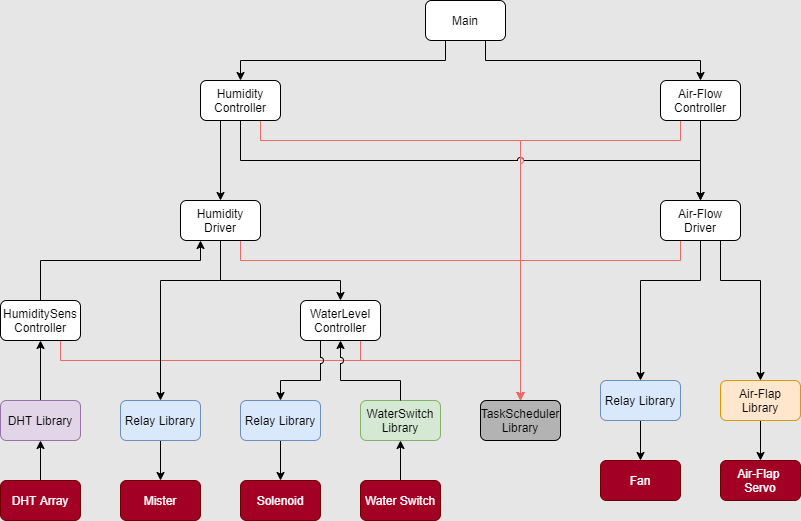
Earlier version of the draw.io export Firmware/FirmwareOutline.png (SilasWaxter/MushroomAutomation_UnoShield). Source tidied: cells renumbered, new cells last; positions are measured from the earlier drawing's top-left corner, leaving out a move shared by most shapes.
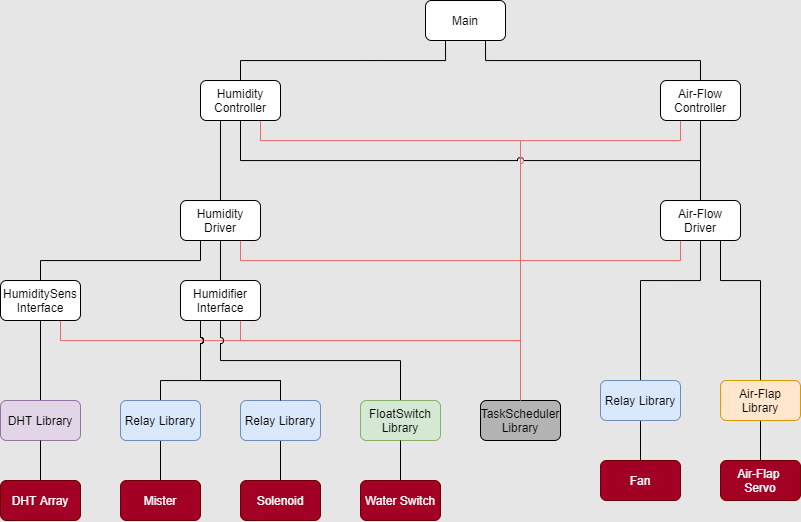
Later version of the same file.

The edit, as a diff of the source:
```diff
@@ -2,24 +2,24 @@
   <root>
     <mxCell id="0" />
     <mxCell id="1" parent="0" />
-    <mxCell id="2" style="edgeStyle=orthogonalEdgeStyle;rounded=0;jettySize=auto;html=1;exitX=0.75;exitY=1;exitDx=0;exitDy=0;entryX=0.5;entryY=0;entryDx=0;entryDy=0;strokeColor=#EA6B66;" parent="1" edge="1" source="45" target="17">
+    <mxCell id="2" style="edgeStyle=orthogonalEdgeStyle;rounded=0;jettySize=auto;html=1;exitX=0.75;exitY=1;exitDx=0;exitDy=0;entryX=0.5;entryY=0;entryDx=0;entryDy=0;strokeColor=#EA6B66;endArrow=none;endFill=0;" parent="1" edge="1" source="45" target="17">
       <mxGeometry relative="1" as="geometry">
         <Array as="points">
-          <mxPoint x="60" y="360" />
-          <mxPoint x="520" y="360" />
+          <mxPoint x="60" y="340" />
+          <mxPoint x="520" y="340" />
         </Array>
       </mxGeometry>
     </mxCell>
-    <mxCell id="3" style="edgeStyle=orthogonalEdgeStyle;rounded=0;jettySize=auto;html=1;exitX=0.25;exitY=1;exitDx=0;exitDy=0;entryX=0.5;entryY=0;entryDx=0;entryDy=0;jumpStyle=arc;" parent="1" edge="1" source="5" target="9">
+    <mxCell id="3" style="edgeStyle=orthogonalEdgeStyle;rounded=0;jettySize=auto;html=1;exitX=0.25;exitY=1;exitDx=0;exitDy=0;entryX=0.5;entryY=0;entryDx=0;entryDy=0;jumpStyle=arc;endArrow=none;endFill=0;" parent="1" edge="1" source="5" target="9">
       <mxGeometry relative="1" as="geometry" />
     </mxCell>
-    <mxCell id="4" style="edgeStyle=orthogonalEdgeStyle;rounded=0;jumpStyle=arc;jettySize=auto;html=1;exitX=0.75;exitY=1;exitDx=0;exitDy=0;entryX=0.5;entryY=0;entryDx=0;entryDy=0;" parent="1" edge="1" source="5" target="12">
+    <mxCell id="4" style="edgeStyle=orthogonalEdgeStyle;rounded=0;jumpStyle=arc;jettySize=auto;html=1;exitX=0.75;exitY=1;exitDx=0;exitDy=0;entryX=0.5;entryY=0;entryDx=0;entryDy=0;endArrow=none;endFill=0;" parent="1" edge="1" source="5" target="12">
       <mxGeometry relative="1" as="geometry" />
     </mxCell>
     <mxCell id="5" value="Main" style="rounded=1;whiteSpace=wrap;html=1;" parent="1" vertex="1">
       <mxGeometry x="425" width="80" height="40" as="geometry" />
     </mxCell>
-    <mxCell id="6" style="edgeStyle=orthogonalEdgeStyle;rounded=0;jettySize=auto;html=1;exitX=0.75;exitY=1;exitDx=0;exitDy=0;entryX=0.5;entryY=0;entryDx=0;entryDy=0;jumpStyle=arc;strokeColor=#EA6B66;" parent="1" edge="1" source="9" target="17">
+    <mxCell id="6" style="edgeStyle=orthogonalEdgeStyle;rounded=0;jettySize=auto;html=1;exitX=0.75;exitY=1;exitDx=0;exitDy=0;entryX=0.5;entryY=0;entryDx=0;entryDy=0;jumpStyle=arc;strokeColor=#EA6B66;endArrow=none;endFill=0;" parent="1" edge="1" source="9" target="17">
       <mxGeometry relative="1" as="geometry">
         <Array as="points">
           <mxPoint x="260" y="140" />
@@ -27,7 +27,7 @@
         </Array>
       </mxGeometry>
     </mxCell>
-    <mxCell id="7" style="edgeStyle=orthogonalEdgeStyle;rounded=0;jettySize=auto;html=1;exitX=0.5;exitY=1;exitDx=0;exitDy=0;entryX=0.5;entryY=0;entryDx=0;entryDy=0;jumpStyle=arc;" parent="1" edge="1" source="9" target="16">
+    <mxCell id="7" style="edgeStyle=orthogonalEdgeStyle;rounded=0;jettySize=auto;html=1;exitX=0.5;exitY=1;exitDx=0;exitDy=0;entryX=0.5;entryY=0;entryDx=0;entryDy=0;jumpStyle=arc;endArrow=none;endFill=0;" parent="1" edge="1" source="9" target="16">
       <mxGeometry relative="1" as="geometry">
         <Array as="points">
           <mxPoint x="240" y="160" />
@@ -35,7 +35,7 @@
         </Array>
       </mxGeometry>
     </mxCell>
-    <mxCell id="8" style="edgeStyle=orthogonalEdgeStyle;rounded=0;jumpStyle=arc;jettySize=auto;html=1;exitX=0.25;exitY=1;exitDx=0;exitDy=0;entryX=0.5;entryY=0;entryDx=0;entryDy=0;" parent="1" edge="1" source="9" target="21">
+    <mxCell id="8" style="edgeStyle=orthogonalEdgeStyle;rounded=0;jumpStyle=arc;jettySize=auto;html=1;exitX=0.25;exitY=1;exitDx=0;exitDy=0;entryX=0.5;entryY=0;entryDx=0;entryDy=0;endArrow=none;endFill=0;" parent="1" edge="1" source="9" target="21">
       <mxGeometry relative="1" as="geometry">
         <Array as="points">
           <mxPoint x="220" y="200" />
@@ -45,7 +45,7 @@
     <mxCell id="9" value="Humidity Controller" style="rounded=1;whiteSpace=wrap;html=1;" parent="1" vertex="1">
       <mxGeometry x="200" y="80" width="80" height="40" as="geometry" />
     </mxCell>
-    <mxCell id="10" style="edgeStyle=orthogonalEdgeStyle;rounded=0;jettySize=auto;html=1;exitX=0.25;exitY=1;exitDx=0;exitDy=0;entryX=0.5;entryY=0;entryDx=0;entryDy=0;jumpStyle=arc;strokeColor=#EA6B66;" parent="1" edge="1" source="12" target="17">
+    <mxCell id="10" style="edgeStyle=orthogonalEdgeStyle;rounded=0;jettySize=auto;html=1;exitX=0.25;exitY=1;exitDx=0;exitDy=0;entryX=0.5;entryY=0;entryDx=0;entryDy=0;jumpStyle=arc;strokeColor=#EA6B66;endArrow=none;endFill=0;" parent="1" edge="1" source="12" target="17">
       <mxGeometry relative="1" as="geometry">
         <Array as="points">
           <mxPoint x="680" y="140" />
@@ -53,13 +53,13 @@
         </Array>
       </mxGeometry>
     </mxCell>
-    <mxCell id="11" style="edgeStyle=orthogonalEdgeStyle;rounded=0;jettySize=auto;html=1;exitX=0.5;exitY=1;exitDx=0;exitDy=0;entryX=0.5;entryY=0;entryDx=0;entryDy=0;strokeColor=#000000;" parent="1" edge="1" source="12" target="16">
+    <mxCell id="11" style="edgeStyle=orthogonalEdgeStyle;rounded=0;jettySize=auto;html=1;exitX=0.5;exitY=1;exitDx=0;exitDy=0;entryX=0.5;entryY=0;entryDx=0;entryDy=0;strokeColor=#000000;endArrow=none;endFill=0;" parent="1" edge="1" source="12" target="16">
       <mxGeometry relative="1" as="geometry" />
     </mxCell>
     <mxCell id="12" value="Air-Flow Controller" style="rounded=1;whiteSpace=wrap;html=1;" parent="1" vertex="1">
       <mxGeometry x="660" y="80" width="80" height="40" as="geometry" />
     </mxCell>
-    <mxCell id="13" style="edgeStyle=orthogonalEdgeStyle;rounded=0;jumpStyle=arc;jettySize=auto;html=1;exitX=0.75;exitY=1;exitDx=0;exitDy=0;entryX=0.5;entryY=0;entryDx=0;entryDy=0;" parent="1" edge="1" source="16" target="41">
+    <mxCell id="13" style="edgeStyle=orthogonalEdgeStyle;rounded=0;jumpStyle=arc;jettySize=auto;html=1;exitX=0.75;exitY=1;exitDx=0;exitDy=0;entryX=0.5;entryY=0;entryDx=0;entryDy=0;endArrow=none;endFill=0;" parent="1" edge="1" source="16" target="41">
       <mxGeometry relative="1" as="geometry">
         <Array as="points">
           <mxPoint x="720" y="280" />
@@ -67,7 +67,7 @@
         </Array>
       </mxGeometry>
     </mxCell>
-    <mxCell id="14" style="edgeStyle=orthogonalEdgeStyle;rounded=0;jettySize=auto;html=1;exitX=0.25;exitY=1;exitDx=0;exitDy=0;entryX=0.5;entryY=0;entryDx=0;entryDy=0;strokeColor=#EA6B66;" parent="1" edge="1" source="16" target="17">
+    <mxCell id="14" style="edgeStyle=orthogonalEdgeStyle;rounded=0;jettySize=auto;html=1;exitX=0.25;exitY=1;exitDx=0;exitDy=0;entryX=0.5;entryY=0;entryDx=0;entryDy=0;strokeColor=#EA6B66;endArrow=none;endFill=0;" parent="1" edge="1" source="16" target="17">
       <mxGeometry relative="1" as="geometry">
         <Array as="points">
           <mxPoint x="680" y="260" />
@@ -75,7 +75,7 @@
         </Array>
       </mxGeometry>
     </mxCell>
-    <mxCell id="15" style="edgeStyle=orthogonalEdgeStyle;rounded=0;jettySize=auto;html=1;entryX=0.5;entryY=0;entryDx=0;entryDy=0;strokeColor=#000000;" parent="1" edge="1" source="16" target="39">
+    <mxCell id="15" style="edgeStyle=orthogonalEdgeStyle;rounded=0;jettySize=auto;html=1;entryX=0.5;entryY=0;entryDx=0;entryDy=0;strokeColor=#000000;endArrow=none;endFill=0;" parent="1" edge="1" source="16" target="39">
       <mxGeometry relative="1" as="geometry">
         <Array as="points">
           <mxPoint x="700" y="280" />
@@ -89,7 +89,7 @@
     <mxCell id="17" value="TaskScheduler&lt;br&gt;Library" style="rounded=1;whiteSpace=wrap;html=1;fillColor=#B3B3B3;" parent="1" vertex="1">
       <mxGeometry x="480" y="400" width="80" height="40" as="geometry" />
     </mxCell>
-    <mxCell id="18" style="edgeStyle=orthogonalEdgeStyle;rounded=0;jettySize=auto;html=1;exitX=0.75;exitY=1;exitDx=0;exitDy=0;entryX=0.5;entryY=0;entryDx=0;entryDy=0;strokeColor=#EA6B66;fillColor=#f8cecc;" parent="1" edge="1" source="21" target="17">
+    <mxCell id="18" style="edgeStyle=orthogonalEdgeStyle;rounded=0;jettySize=auto;html=1;exitX=0.75;exitY=1;exitDx=0;exitDy=0;entryX=0.5;entryY=0;entryDx=0;entryDy=0;strokeColor=#EA6B66;fillColor=#f8cecc;endArrow=none;endFill=0;" parent="1" edge="1" source="21" target="17">
       <mxGeometry relative="1" as="geometry">
         <Array as="points">
           <mxPoint x="240" y="260" />
@@ -97,69 +97,73 @@
         </Array>
       </mxGeometry>
     </mxCell>
-    <mxCell id="19" style="edgeStyle=orthogonalEdgeStyle;rounded=0;jettySize=auto;html=1;exitX=0.5;exitY=1;exitDx=0;exitDy=0;entryX=0.5;entryY=0;entryDx=0;entryDy=0;strokeColor=#000000;" parent="1" edge="1" source="21" target="30">
-      <mxGeometry relative="1" as="geometry">
-        <Array as="points">
-          <mxPoint x="220" y="280" />
-          <mxPoint x="160" y="280" />
-        </Array>
-      </mxGeometry>
-    </mxCell>
-    <mxCell id="20" style="edgeStyle=orthogonalEdgeStyle;rounded=0;jettySize=auto;html=1;exitX=0.5;exitY=1;exitDx=0;exitDy=0;entryX=0.5;entryY=0;entryDx=0;entryDy=0;strokeColor=#000000;" parent="1" edge="1" source="21" target="28">
+    <mxCell id="20" style="edgeStyle=orthogonalEdgeStyle;rounded=0;jettySize=auto;html=1;exitX=0.5;exitY=1;exitDx=0;exitDy=0;entryX=0.5;entryY=0;entryDx=0;entryDy=0;strokeColor=#000000;endArrow=none;endFill=0;" parent="1" edge="1" source="21" target="28">
       <mxGeometry relative="1" as="geometry">
         <Array as="points">
-          <mxPoint x="220" y="280" />
-          <mxPoint x="340" y="280" />
+          <mxPoint x="220" y="290" />
+          <mxPoint x="220" y="290" />
         </Array>
       </mxGeometry>
     </mxCell>
     <mxCell id="21" value="Humidity Driver" style="rounded=1;whiteSpace=wrap;html=1;" parent="1" vertex="1">
       <mxGeometry x="180" y="200" width="80" height="40" as="geometry" />
     </mxCell>
-    <mxCell id="22" style="edgeStyle=orthogonalEdgeStyle;rounded=0;jettySize=auto;html=1;exitX=0.5;exitY=0;exitDx=0;exitDy=0;entryX=0.5;entryY=1;entryDx=0;entryDy=0;strokeColor=#000000;" parent="1" edge="1" source="23" target="45">
+    <mxCell id="22" style="edgeStyle=orthogonalEdgeStyle;rounded=0;jettySize=auto;html=1;exitX=0.5;exitY=0;exitDx=0;exitDy=0;entryX=0.5;entryY=1;entryDx=0;entryDy=0;strokeColor=#000000;endArrow=none;endFill=0;" parent="1" edge="1" source="23" target="45">
       <mxGeometry relative="1" as="geometry" />
     </mxCell>
     <mxCell id="23" value="DHT Library" style="rounded=1;whiteSpace=wrap;html=1;fillColor=#e1d5e7;strokeColor=#9673a6;" parent="1" vertex="1">
       <mxGeometry y="400" width="80" height="40" as="geometry" />
     </mxCell>
-    <mxCell id="24" style="edgeStyle=orthogonalEdgeStyle;rounded=0;jumpStyle=arc;jettySize=auto;html=1;exitX=0.5;exitY=0;exitDx=0;exitDy=0;entryX=0.5;entryY=1;entryDx=0;entryDy=0;" parent="1" edge="1" source="25" target="23">
+    <mxCell id="24" style="edgeStyle=orthogonalEdgeStyle;rounded=0;jumpStyle=arc;jettySize=auto;html=1;exitX=0.5;exitY=0;exitDx=0;exitDy=0;entryX=0.5;entryY=1;entryDx=0;entryDy=0;endArrow=none;endFill=0;" parent="1" edge="1" source="25" target="23">
       <mxGeometry relative="1" as="geometry" />
     </mxCell>
     <mxCell id="25" value="DHT Array" style="rounded=1;whiteSpace=wrap;html=1;fillColor=#a20025;strokeColor=#6F0000;fontColor=#ffffff;" parent="1" vertex="1">
       <mxGeometry y="480" width="80" height="40" as="geometry" />
     </mxCell>
+    <mxCell id="47" style="edgeStyle=orthogonalEdgeStyle;rounded=0;jettySize=auto;html=1;exitX=0.25;exitY=1;exitDx=0;exitDy=0;jumpStyle=arc;endArrow=none;endFill=0;" parent="1" edge="1" source="28">
+      <mxGeometry relative="1" as="geometry">
+        <mxPoint x="160" y="410" as="targetPoint" />
+        <Array as="points">
+          <mxPoint x="200" y="380" />
+          <mxPoint x="160" y="380" />
+        </Array>
+      </mxGeometry>
+    </mxCell>
-    <mxCell id="26" style="edgeStyle=orthogonalEdgeStyle;rounded=0;jumpStyle=arc;jettySize=auto;html=1;exitX=0.25;exitY=1;exitDx=0;exitDy=0;entryX=0.5;entryY=0;entryDx=0;entryDy=0;" parent="1" edge="1" source="28" target="32">
+    <mxCell id="26" style="edgeStyle=orthogonalEdgeStyle;rounded=0;jumpStyle=arc;jettySize=auto;html=1;exitX=0.25;exitY=1;exitDx=0;exitDy=0;entryX=0.5;entryY=0;entryDx=0;entryDy=0;endArrow=none;endFill=0;" parent="1" edge="1" source="28" target="32">
       <mxGeometry relative="1" as="geometry">
         <Array as="points">
-          <mxPoint x="320" y="380" />
+          <mxPoint x="200" y="380" />
           <mxPoint x="280" y="380" />
         </Array>
       </mxGeometry>
     </mxCell>
-    <mxCell id="27" style="edgeStyle=orthogonalEdgeStyle;rounded=0;jettySize=auto;html=1;exitX=0.75;exitY=1;exitDx=0;exitDy=0;entryX=0.5;entryY=0;entryDx=0;entryDy=0;strokeColor=#EA6B66;" parent="1" edge="1" source="28" target="17">
+    <mxCell id="27" style="edgeStyle=orthogonalEdgeStyle;rounded=0;jumpStyle=arc;jettySize=auto;html=1;exitX=0.75;exitY=1;exitDx=0;exitDy=0;entryX=0.5;entryY=0;entryDx=0;entryDy=0;strokeColor=#EA6B66;endArrow=none;endFill=0;" parent="1" edge="1" source="28" target="17">
       <mxGeometry relative="1" as="geometry">
         <Array as="points">
-          <mxPoint x="360" y="360" />
-          <mxPoint x="520" y="360" />
+          <mxPoint x="240" y="340" />
+          <mxPoint x="520" y="340" />
         </Array>
       </mxGeometry>
     </mxCell>
-    <mxCell id="28" value="WaterLevel Controller" style="rounded=1;whiteSpace=wrap;html=1;" parent="1" vertex="1">
-      <mxGeometry x="300" y="300" width="80" height="40" as="geometry" />
+    <mxCell id="28" value="Humidifier&lt;br&gt;Interface" style="rounded=1;whiteSpace=wrap;html=1;" parent="1" vertex="1">
+      <mxGeometry x="180" y="280" width="80" height="40" as="geometry" />
     </mxCell>
-    <mxCell id="29" style="edgeStyle=orthogonalEdgeStyle;rounded=0;jumpStyle=arc;jettySize=auto;html=1;exitX=0.5;exitY=1;exitDx=0;exitDy=0;entryX=0.5;entryY=0;entryDx=0;entryDy=0;" parent="1" edge="1" source="30" target="35">
+    <mxCell id="29" style="edgeStyle=orthogonalEdgeStyle;rounded=0;jumpStyle=arc;jettySize=auto;html=1;exitX=0.5;exitY=1;exitDx=0;exitDy=0;entryX=0.5;entryY=0;entryDx=0;entryDy=0;endArrow=none;endFill=0;" parent="1" edge="1" source="30" target="35">
       <mxGeometry relative="1" as="geometry" />
     </mxCell>
     <mxCell id="30" value="Relay Library" style="rounded=1;whiteSpace=wrap;html=1;fillColor=#dae8fc;strokeColor=#6c8ebf;" parent="1" vertex="1">
       <mxGeometry x="120" y="400" width="80" height="40" as="geometry" />
     </mxCell>
-    <mxCell id="31" style="edgeStyle=orthogonalEdgeStyle;rounded=0;jumpStyle=arc;jettySize=auto;html=1;exitX=0.5;exitY=1;exitDx=0;exitDy=0;entryX=0.5;entryY=0;entryDx=0;entryDy=0;" parent="1" edge="1" source="32" target="34">
+    <mxCell id="31" style="edgeStyle=orthogonalEdgeStyle;rounded=0;jumpStyle=arc;jettySize=auto;html=1;exitX=0.5;exitY=1;exitDx=0;exitDy=0;entryX=0.5;entryY=0;entryDx=0;entryDy=0;endArrow=none;endFill=0;" parent="1" edge="1" source="32" target="34">
       <mxGeometry relative="1" as="geometry" />
     </mxCell>
     <mxCell id="32" value="Relay Library" style="rounded=1;whiteSpace=wrap;html=1;fillColor=#dae8fc;strokeColor=#6c8ebf;" parent="1" vertex="1">
       <mxGeometry x="240" y="400" width="80" height="40" as="geometry" />
     </mxCell>
+    <mxCell id="46" style="edgeStyle=orthogonalEdgeStyle;rounded=0;jumpStyle=arc;jettySize=auto;html=1;exitX=0.5;exitY=0;exitDx=0;exitDy=0;entryX=0.5;entryY=1;entryDx=0;entryDy=0;endArrow=none;endFill=0;" parent="1" edge="1" source="33" target="28">
+      <mxGeometry relative="1" as="geometry" />
+    </mxCell>
-    <mxCell id="33" value="WaterSwitch Library" style="rounded=1;whiteSpace=wrap;html=1;fillColor=#d5e8d4;strokeColor=#82b366;" parent="1" vertex="1">
+    <mxCell id="33" value="FloatSwitch Library" style="rounded=1;whiteSpace=wrap;html=1;fillColor=#d5e8d4;strokeColor=#82b366;" parent="1" vertex="1">
       <mxGeometry x="360" y="400" width="80" height="40" as="geometry" />
     </mxCell>
     <mxCell id="34" value="Solenoid" style="rounded=1;whiteSpace=wrap;html=1;fillColor=#a20025;strokeColor=#6F0000;fontColor=#ffffff;" parent="1" vertex="1">
@@ -168,19 +172,19 @@
     <mxCell id="35" value="Mister" style="rounded=1;whiteSpace=wrap;html=1;fillColor=#a20025;strokeColor=#6F0000;fontColor=#ffffff;" parent="1" vertex="1">
       <mxGeometry x="120" y="480" width="80" height="40" as="geometry" />
     </mxCell>
-    <mxCell id="36" style="edgeStyle=orthogonalEdgeStyle;rounded=0;jumpStyle=arc;jettySize=auto;html=1;exitX=0.5;exitY=0;exitDx=0;exitDy=0;entryX=0.5;entryY=1;entryDx=0;entryDy=0;" parent="1" edge="1" source="37" target="33">
+    <mxCell id="36" style="edgeStyle=orthogonalEdgeStyle;rounded=0;jumpStyle=arc;jettySize=auto;html=1;exitX=0.5;exitY=0;exitDx=0;exitDy=0;entryX=0.5;entryY=1;entryDx=0;entryDy=0;endArrow=none;endFill=0;" parent="1" edge="1" source="37" target="33">
       <mxGeometry relative="1" as="geometry" />
     </mxCell>
     <mxCell id="37" value="Water Switch" style="rounded=1;whiteSpace=wrap;html=1;fillColor=#a20025;strokeColor=#6F0000;fontColor=#ffffff;" parent="1" vertex="1">
       <mxGeometry x="360" y="480" width="80" height="40" as="geometry" />
     </mxCell>
-    <mxCell id="38" style="edgeStyle=orthogonalEdgeStyle;rounded=0;jumpStyle=arc;jettySize=auto;html=1;exitX=0.5;exitY=1;exitDx=0;exitDy=0;entryX=0.5;entryY=0;entryDx=0;entryDy=0;" parent="1" edge="1" source="39" target="42">
+    <mxCell id="38" style="edgeStyle=orthogonalEdgeStyle;rounded=0;jumpStyle=arc;jettySize=auto;html=1;exitX=0.5;exitY=1;exitDx=0;exitDy=0;entryX=0.5;entryY=0;entryDx=0;entryDy=0;endArrow=none;endFill=0;" parent="1" edge="1" source="39" target="42">
       <mxGeometry relative="1" as="geometry" />
     </mxCell>
     <mxCell id="39" value="Relay Library" style="rounded=1;whiteSpace=wrap;html=1;fillColor=#dae8fc;strokeColor=#6c8ebf;" parent="1" vertex="1">
       <mxGeometry x="600" y="380" width="80" height="40" as="geometry" />
     </mxCell>
-    <mxCell id="40" style="edgeStyle=orthogonalEdgeStyle;rounded=0;jumpStyle=arc;jettySize=auto;html=1;exitX=0.5;exitY=1;exitDx=0;exitDy=0;entryX=0.5;entryY=0;entryDx=0;entryDy=0;" parent="1" edge="1" source="41" target="43">
+    <mxCell id="40" style="edgeStyle=orthogonalEdgeStyle;rounded=0;jumpStyle=arc;jettySize=auto;html=1;exitX=0.5;exitY=1;exitDx=0;exitDy=0;entryX=0.5;entryY=0;entryDx=0;entryDy=0;endArrow=none;endFill=0;" parent="1" edge="1" source="41" target="43">
       <mxGeometry relative="1" as="geometry" />
     </mxCell>
     <mxCell id="41" value="Air-Flap Library" style="rounded=1;whiteSpace=wrap;html=1;fillColor=#ffe6cc;strokeColor=#d79b00;" parent="1" vertex="1">
@@ -192,7 +196,7 @@
     <mxCell id="43" value="Air-Flap &lt;br&gt;Servo" style="rounded=1;whiteSpace=wrap;html=1;fillColor=#a20025;strokeColor=#6F0000;fontColor=#ffffff;" parent="1" vertex="1">
       <mxGeometry x="720" y="460" width="80" height="40" as="geometry" />
     </mxCell>
-    <mxCell id="44" style="edgeStyle=orthogonalEdgeStyle;rounded=0;jumpStyle=arc;jettySize=auto;html=1;exitX=0.5;exitY=0;exitDx=0;exitDy=0;entryX=0.25;entryY=1;entryDx=0;entryDy=0;strokeColor=#000000;" parent="1" edge="1" source="45" target="21">
+    <mxCell id="44" style="edgeStyle=orthogonalEdgeStyle;rounded=0;jumpStyle=arc;jettySize=auto;html=1;exitX=0.5;exitY=0;exitDx=0;exitDy=0;entryX=0.25;entryY=1;entryDx=0;entryDy=0;strokeColor=#000000;endArrow=none;endFill=0;" parent="1" edge="1" source="45" target="21">
       <mxGeometry relative="1" as="geometry">
         <Array as="points">
           <mxPoint x="40" y="260" />
@@ -200,16 +204,18 @@
         </Array>
       </mxGeometry>
     </mxCell>
-    <mxCell id="45" value="HumiditySens&lt;br&gt;Controller" style="rounded=1;whiteSpace=wrap;html=1;" parent="1" vertex="1">
-      <mxGeometry y="300" width="80" height="40" as="geometry" />
+    <mxCell id="45" value="HumiditySens&lt;br&gt;Interface" style="rounded=1;whiteSpace=wrap;html=1;" parent="1" vertex="1">
+      <mxGeometry y="280" width="80" height="40" as="geometry" />
     </mxCell>
-    <mxCell id="46" style="edgeStyle=orthogonalEdgeStyle;rounded=0;jettySize=auto;html=1;exitX=0.5;exitY=0;exitDx=0;exitDy=0;entryX=0.5;entryY=1;entryDx=0;entryDy=0;strokeColor=#000000;jumpStyle=arc;" parent="1" edge="1" source="33" target="28">
-      <mxGeometry relative="1" as="geometry">
-        <Array as="points">
-          <mxPoint x="400" y="380" />
-          <mxPoint x="340" y="380" />
-        </Array>
-      </mxGeometry>
-    </mxCell>
+    <mxCell id="48" style="edgeStyle=orthogonalEdgeStyle;rounded=0;jumpStyle=arc;orthogonalLoop=1;jettySize=auto;html=1;exitX=0.25;exitY=1;exitDx=0;exitDy=0;entryX=0.5;entryY=0;entryDx=0;entryDy=0;endArrow=none;endFill=0;" parent="1" edge="1">
+      <mxGeometry relative="1" as="geometry">
+        <mxPoint x="200" y="320" as="sourcePoint" />
+        <mxPoint x="280" y="400" as="targetPoint" />
+        <Array as="points">
+          <mxPoint x="200" y="380" />
+          <mxPoint x="280" y="380" />
+        </Array>
+      </mxGeometry>
+    </mxCell>
   </root>
 </mxGraphModel>
```
